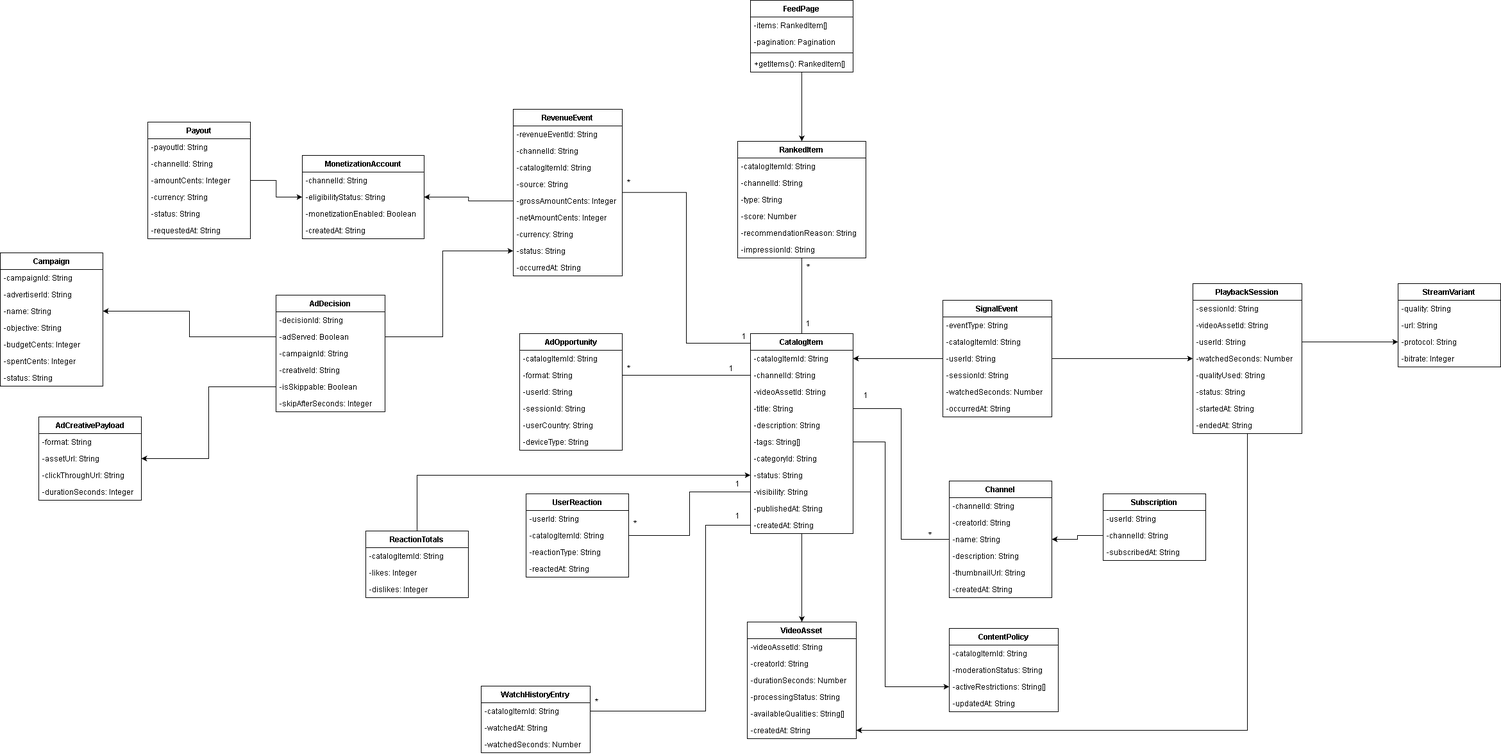
Before: diagramas/Diagrama clases proyecto youtube.drawio.png, a diagram exported from draw.io (LilianTR/OpenAPI-Youtube). Source tidied: cells renumbered, new cells last; positions are measured from the earlier drawing's top-left corner, leaving out a move shared by most shapes.
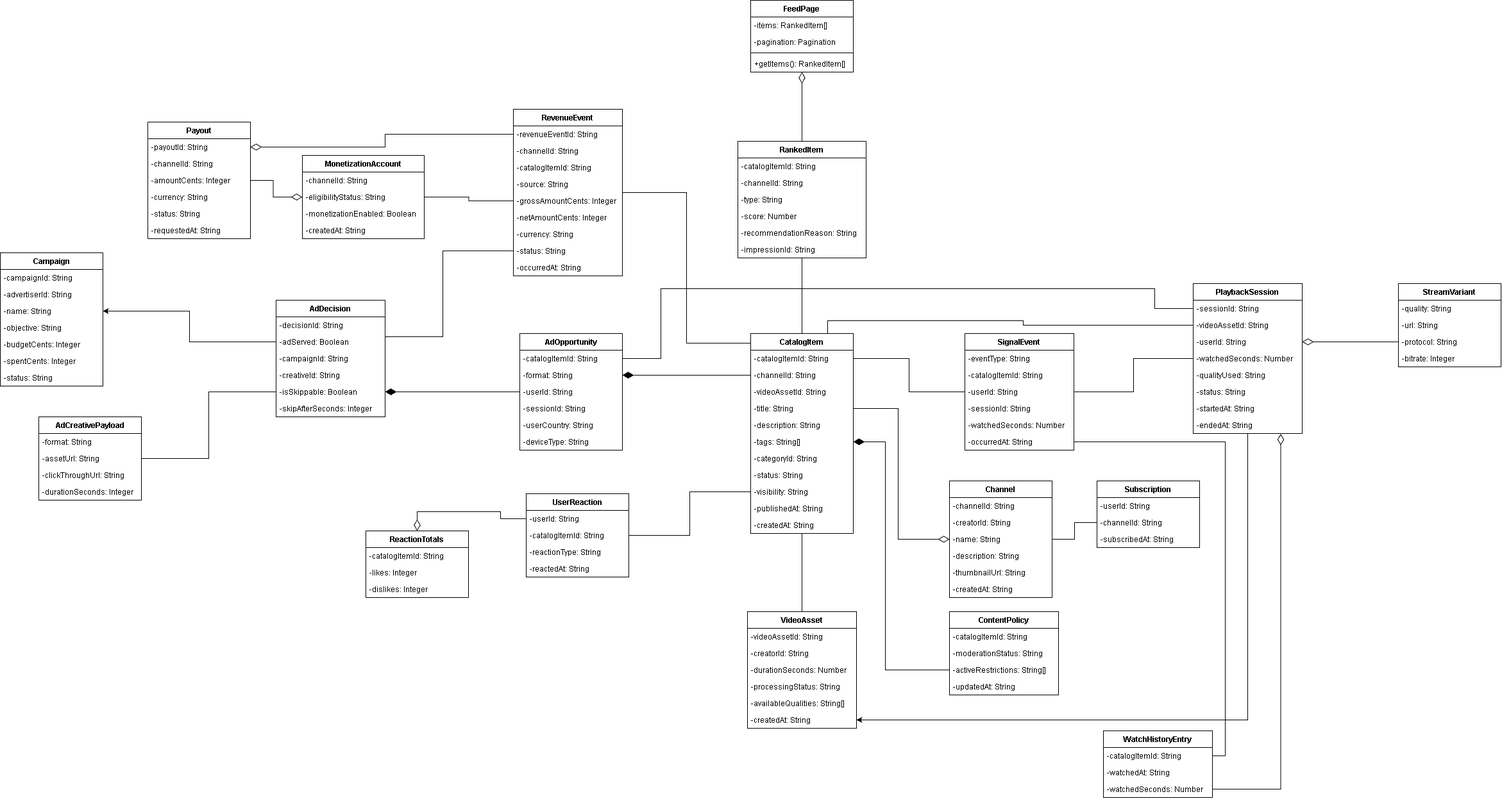
Above is the later version.

Commit message:
diagramas de clases actualizados

Diff of the diagram source:
```diff
@@ -2,7 +2,7 @@
   <root>
     <mxCell id="0" />
     <mxCell id="1" parent="0" />
-    <mxCell id="2" style="edgeStyle=orthogonalEdgeStyle;rounded=0;jettySize=auto;html=1;entryX=0.5;entryY=0;entryDx=0;entryDy=0;" parent="1" edge="1" source="3" target="9">
+    <mxCell id="2" style="edgeStyle=orthogonalEdgeStyle;rounded=0;jettySize=auto;html=1;entryX=0.5;entryY=0;entryDx=0;entryDy=0;startArrow=diamondThin;startFill=0;endArrow=none;endFill=0;startSize=15;" parent="1" edge="1" source="3" target="9">
       <mxGeometry relative="1" as="geometry" />
     </mxCell>
     <mxCell id="3" value="FeedPage" style="swimlane;fontStyle=1;horizontal=1;startSize=26;" parent="1" vertex="1">
@@ -44,14 +44,14 @@
     <mxCell id="15" value="-impressionId: String" style="text;strokeColor=none;fillColor=none;align=left;verticalAlign=top;spacingLeft=4;spacingRight=4;overflow=hidden;" parent="9" vertex="1">
       <mxGeometry y="156" width="200" height="26" as="geometry" />
     </mxCell>
-    <mxCell id="16" style="edgeStyle=orthogonalEdgeStyle;rounded=0;jettySize=auto;html=1;entryX=1;entryY=0.5;entryDx=0;entryDy=0;" parent="1" edge="1" source="18" target="27">
+    <mxCell id="16" style="edgeStyle=orthogonalEdgeStyle;rounded=0;jettySize=auto;html=1;entryX=1;entryY=0.5;entryDx=0;entryDy=0;endArrow=none;endFill=0;" parent="1" edge="1" source="18" target="27">
       <mxGeometry relative="1" as="geometry" />
     </mxCell>
-    <mxCell id="17" style="edgeStyle=orthogonalEdgeStyle;rounded=0;jettySize=auto;html=1;" parent="1" edge="1" source="18" target="82">
+    <mxCell id="17" style="edgeStyle=orthogonalEdgeStyle;rounded=0;jettySize=auto;html=1;endArrow=none;endFill=0;" parent="1" edge="1" source="18" target="82">
       <mxGeometry relative="1" as="geometry" />
     </mxCell>
     <mxCell id="18" value="SignalEvent" style="swimlane;fontStyle=1;horizontal=1;startSize=26;" parent="1" vertex="1">
-      <mxGeometry x="1470" y="468" width="170" height="182" as="geometry" />
+      <mxGeometry x="1504" y="520" width="170" height="182" as="geometry" />
     </mxCell>
     <mxCell id="19" value="-eventType: String" style="text;strokeColor=none;fillColor=none;align=left;verticalAlign=top;spacingLeft=4;spacingRight=4;overflow=hidden;" parent="18" vertex="1">
       <mxGeometry y="26" width="170" height="26" as="geometry" />
@@ -71,7 +71,7 @@
     <mxCell id="24" value="-occurredAt: String" style="text;strokeColor=none;fillColor=none;align=left;verticalAlign=top;spacingLeft=4;spacingRight=4;overflow=hidden;points=[[0,0.5],[1,0.5]];portConstraint=eastwest;" parent="18" vertex="1">
       <mxGeometry y="156" width="170" height="26" as="geometry" />
     </mxCell>
-    <mxCell id="25" style="edgeStyle=orthogonalEdgeStyle;rounded=0;jettySize=auto;html=1;entryX=0.5;entryY=0;entryDx=0;entryDy=0;" parent="1" edge="1" source="26" target="87">
+    <mxCell id="25" style="edgeStyle=orthogonalEdgeStyle;rounded=0;jettySize=auto;html=1;entryX=0.5;entryY=0;entryDx=0;entryDy=0;endArrow=none;endFill=0;" parent="1" edge="1" source="26" target="87">
       <mxGeometry relative="1" as="geometry" />
     </mxCell>
     <mxCell id="26" value="CatalogItem" style="swimlane;fontStyle=1;horizontal=1;startSize=26;" parent="1" vertex="1">
@@ -132,7 +132,7 @@
       <mxGeometry y="156" width="160" height="26" as="geometry" />
     </mxCell>
     <mxCell id="45" value="ContentPolicy" style="swimlane;fontStyle=1;horizontal=1;startSize=26;" parent="1" vertex="1">
-      <mxGeometry x="1480" y="980" width="170" height="130" as="geometry" />
+      <mxGeometry x="1480" y="954" width="170" height="130" as="geometry" />
     </mxCell>
     <mxCell id="46" value="-catalogItemId: String" style="text;strokeColor=none;fillColor=none;align=left;verticalAlign=top;spacingLeft=4;spacingRight=4;overflow=hidden;" parent="45" vertex="1">
       <mxGeometry y="26" width="170" height="26" as="geometry" />
@@ -147,7 +147,7 @@
       <mxGeometry y="104" width="170" height="26" as="geometry" />
     </mxCell>
     <mxCell id="50" value="AdDecision" style="swimlane;fontStyle=1;horizontal=1;startSize=26;" parent="1" vertex="1">
-      <mxGeometry x="430" y="460" width="170" height="182" as="geometry" />
+      <mxGeometry x="430" y="468" width="170" height="182" as="geometry" />
     </mxCell>
     <mxCell id="51" value="-decisionId: String" style="text;strokeColor=none;fillColor=none;align=left;verticalAlign=top;spacingLeft=4;spacingRight=4;overflow=hidden;" parent="50" vertex="1">
       <mxGeometry y="26" width="170" height="26" as="geometry" />
@@ -258,7 +258,7 @@
       <mxGeometry y="208" width="170" height="26" as="geometry" />
     </mxCell>
     <mxCell id="87" value="VideoAsset" style="swimlane;fontStyle=1;horizontal=1;startSize=26;" parent="1" vertex="1">
-      <mxGeometry x="1165" y="970" width="170" height="182" as="geometry" />
+      <mxGeometry x="1165" y="954" width="170" height="182" as="geometry" />
     </mxCell>
     <mxCell id="88" value="-videoAssetId: String" style="text;strokeColor=none;fillColor=none;align=left;verticalAlign=top;spacingLeft=4;spacingRight=4;overflow=hidden;" parent="87" vertex="1">
       <mxGeometry y="26" width="170" height="26" as="geometry" />
@@ -308,7 +308,7 @@
     <mxCell id="103" value="-reactedAt: String" style="text;strokeColor=none;fillColor=none;align=left;verticalAlign=top;spacingLeft=4;spacingRight=4;overflow=hidden;" parent="99" vertex="1">
       <mxGeometry y="104" width="160" height="26" as="geometry" />
     </mxCell>
-    <mxCell id="104" style="edgeStyle=orthogonalEdgeStyle;rounded=0;jettySize=auto;html=1;entryX=0;entryY=0.5;entryDx=0;entryDy=0;" parent="1" edge="1" source="105" target="34">
+    <mxCell id="104" style="edgeStyle=orthogonalEdgeStyle;rounded=0;jettySize=auto;html=1;entryX=0;entryY=0.5;entryDx=0;entryDy=0;endArrow=none;endFill=0;startArrow=diamondThin;startFill=0;startSize=15;" parent="1" edge="1" source="105" target="100">
       <mxGeometry relative="1" as="geometry" />
     </mxCell>
     <mxCell id="105" value="ReactionTotals" style="swimlane;fontStyle=1;horizontal=1;startSize=26;" parent="1" vertex="1">
@@ -324,7 +324,7 @@
       <mxGeometry y="78" width="160" height="26" as="geometry" />
     </mxCell>
     <mxCell id="109" value="Subscription" style="swimlane;fontStyle=1;horizontal=1;startSize=26;" parent="1" vertex="1">
-      <mxGeometry x="1720" y="770" width="160" height="104" as="geometry" />
+      <mxGeometry x="1710" y="750" width="160" height="104" as="geometry" />
     </mxCell>
     <mxCell id="110" value="-userId: String" style="text;strokeColor=none;fillColor=none;align=left;verticalAlign=top;spacingLeft=4;spacingRight=4;overflow=hidden;" parent="109" vertex="1">
       <mxGeometry y="26" width="160" height="26" as="geometry" />
@@ -336,7 +336,7 @@
       <mxGeometry y="78" width="160" height="26" as="geometry" />
     </mxCell>
     <mxCell id="113" value="WatchHistoryEntry" style="swimlane;fontStyle=1;horizontal=1;startSize=26;" parent="1" vertex="1">
-      <mxGeometry x="750" y="1070" width="170" height="104" as="geometry" />
+      <mxGeometry x="1720" y="1140" width="170" height="104" as="geometry" />
     </mxCell>
     <mxCell id="114" value="-catalogItemId: String" style="text;strokeColor=none;fillColor=none;align=left;verticalAlign=top;spacingLeft=4;spacingRight=4;overflow=hidden;points=[[0,0.5],[1,0.5]];portConstraint=eastwest;" parent="113" vertex="1">
       <mxGeometry y="26" width="170" height="26" as="geometry" />
@@ -413,47 +413,39 @@
     <mxCell id="138" value="-requestedAt: String" style="text;strokeColor=none;fillColor=none;align=left;verticalAlign=top;spacingLeft=4;spacingRight=4;overflow=hidden;" parent="132" vertex="1">
       <mxGeometry y="156" width="160" height="26" as="geometry" />
     </mxCell>
-    <mxCell id="139" style="edgeStyle=orthogonalEdgeStyle;rounded=0;jettySize=auto;html=1;entryX=0;entryY=0.5;entryDx=0;entryDy=0;endArrow=none;endFill=0;" parent="1" edge="1" source="30" target="38">
+    <mxCell id="139" style="edgeStyle=orthogonalEdgeStyle;rounded=0;jettySize=auto;html=1;entryX=0;entryY=0.5;entryDx=0;entryDy=0;endArrow=diamondThin;endFill=0;endSize=15;" parent="1" edge="1" source="30" target="38">
       <mxGeometry relative="1" as="geometry" />
     </mxCell>
-    <mxCell id="140" style="edgeStyle=orthogonalEdgeStyle;rounded=0;jettySize=auto;html=1;entryX=0;entryY=0.5;entryDx=0;entryDy=0;" parent="1" edge="1" source="32" target="48">
+    <mxCell id="140" style="edgeStyle=orthogonalEdgeStyle;rounded=0;jettySize=auto;html=1;entryX=0;entryY=0.5;entryDx=0;entryDy=0;endArrow=none;endFill=0;startArrow=diamondThin;startFill=1;startSize=15;" parent="1" edge="1" source="32" target="48">
       <mxGeometry relative="1" as="geometry">
         <Array as="points">
           <mxPoint x="1380" y="689" />
-          <mxPoint x="1380" y="1071" />
+          <mxPoint x="1380" y="1045" />
         </Array>
       </mxGeometry>
     </mxCell>
-    <mxCell id="141" style="edgeStyle=orthogonalEdgeStyle;rounded=0;jettySize=auto;html=1;entryX=0;entryY=0.5;entryDx=0;entryDy=0;endArrow=none;endFill=0;" parent="1" edge="1" source="59" target="28">
+    <mxCell id="141" style="edgeStyle=orthogonalEdgeStyle;rounded=0;jettySize=auto;html=1;entryX=0;entryY=0.5;entryDx=0;entryDy=0;endArrow=none;endFill=0;startArrow=diamondThin;startFill=1;startSize=15;" parent="1" edge="1" source="59" target="28">
       <mxGeometry relative="1" as="geometry" />
     </mxCell>
-    <mxCell id="142" style="edgeStyle=orthogonalEdgeStyle;rounded=0;jettySize=auto;html=1;" parent="1" edge="1" source="81" target="97">
+    <mxCell id="142" style="edgeStyle=orthogonalEdgeStyle;rounded=0;jettySize=auto;html=1;endArrow=none;endFill=0;startArrow=diamondThin;startFill=0;startSize=15;" parent="1" edge="1" source="81" target="97">
       <mxGeometry relative="1" as="geometry" />
     </mxCell>
     <mxCell id="143" style="edgeStyle=orthogonalEdgeStyle;rounded=0;jettySize=auto;html=1;entryX=0;entryY=0.5;entryDx=0;entryDy=0;endArrow=none;endFill=0;" parent="1" edge="1" source="101" target="35">
       <mxGeometry relative="1" as="geometry" />
     </mxCell>
-    <mxCell id="144" style="edgeStyle=orthogonalEdgeStyle;rounded=0;jettySize=auto;html=1;entryX=0;entryY=0.5;entryDx=0;entryDy=0;endArrow=none;endFill=0;" parent="1" edge="1" source="114" target="37">
-      <mxGeometry relative="1" as="geometry">
-        <Array as="points">
-          <mxPoint x="1100" y="1109" />
-          <mxPoint x="1100" y="819" />
-        </Array>
-      </mxGeometry>
-    </mxCell>
-    <mxCell id="145" style="edgeStyle=orthogonalEdgeStyle;rounded=0;jettySize=auto;html=1;entryX=1;entryY=0.5;entryDx=0;entryDy=0;" parent="1" edge="1" source="111" target="41">
+    <mxCell id="145" style="edgeStyle=orthogonalEdgeStyle;rounded=0;jettySize=auto;html=1;entryX=1;entryY=0.5;entryDx=0;entryDy=0;endArrow=none;endFill=0;" parent="1" edge="1" source="111" target="41">
       <mxGeometry relative="1" as="geometry" />
     </mxCell>
     <mxCell id="146" style="edgeStyle=orthogonalEdgeStyle;rounded=0;jettySize=auto;html=1;entryX=0.001;entryY=0.048;entryDx=0;entryDy=0;entryPerimeter=0;endArrow=none;endFill=0;" parent="1" edge="1" source="117" target="26">
       <mxGeometry relative="1" as="geometry" />
     </mxCell>
-    <mxCell id="147" style="edgeStyle=orthogonalEdgeStyle;rounded=0;jettySize=auto;html=1;entryX=1;entryY=0.5;entryDx=0;entryDy=0;" parent="1" edge="1" source="122" target="127">
+    <mxCell id="147" style="edgeStyle=orthogonalEdgeStyle;rounded=0;jettySize=auto;html=1;entryX=1;entryY=0.5;entryDx=0;entryDy=0;endArrow=none;endFill=0;" parent="1" edge="1" source="122" target="127">
       <mxGeometry relative="1" as="geometry" />
     </mxCell>
-    <mxCell id="148" style="edgeStyle=orthogonalEdgeStyle;rounded=0;jettySize=auto;html=1;" parent="1" edge="1" source="135" target="129">
+    <mxCell id="148" style="edgeStyle=orthogonalEdgeStyle;rounded=0;jettySize=auto;html=1;endArrow=diamondThin;endFill=0;endSize=15;" parent="1" edge="1" source="135" target="129">
       <mxGeometry relative="1" as="geometry" />
     </mxCell>
-    <mxCell id="149" style="edgeStyle=orthogonalEdgeStyle;rounded=0;jettySize=auto;html=1;entryX=0;entryY=0.5;entryDx=0;entryDy=0;" parent="1" edge="1" source="52" target="125">
+    <mxCell id="149" style="edgeStyle=orthogonalEdgeStyle;rounded=0;jettySize=auto;html=1;entryX=0;entryY=0.5;entryDx=0;entryDy=0;endArrow=none;endFill=0;" parent="1" edge="1" source="52" target="125">
       <mxGeometry relative="1" as="geometry">
         <Array as="points">
           <mxPoint x="690" y="525" />
@@ -464,44 +456,33 @@
     <mxCell id="150" style="edgeStyle=orthogonalEdgeStyle;rounded=0;jettySize=auto;html=1;entryX=1;entryY=0.5;entryDx=0;entryDy=0;" parent="1" edge="1" source="52" target="67">
       <mxGeometry relative="1" as="geometry" />
     </mxCell>
-    <mxCell id="151" style="edgeStyle=orthogonalEdgeStyle;rounded=0;jettySize=auto;html=1;entryX=1;entryY=0.5;entryDx=0;entryDy=0;" parent="1" edge="1" source="55" target="74">
+    <mxCell id="151" style="edgeStyle=orthogonalEdgeStyle;rounded=0;jettySize=auto;html=1;entryX=1;entryY=0.5;entryDx=0;entryDy=0;endArrow=none;endFill=0;" parent="1" edge="1" source="55" target="74">
       <mxGeometry relative="1" as="geometry" />
     </mxCell>
-    <mxCell id="152" value="1" style="text;html=1;whiteSpace=wrap;strokeColor=none;fillColor=none;align=center;verticalAlign=middle;rounded=0;" parent="1" vertex="1">
-      <mxGeometry x="1320" y="602" width="60" height="30" as="geometry" />
-    </mxCell>
-    <mxCell id="153" value="*" style="text;html=1;whiteSpace=wrap;strokeColor=none;fillColor=none;align=center;verticalAlign=middle;rounded=0;" parent="1" vertex="1">
-      <mxGeometry x="1420" y="820" width="60" height="30" as="geometry" />
-    </mxCell>
-    <mxCell id="154" value="1" style="text;html=1;whiteSpace=wrap;strokeColor=none;fillColor=none;align=center;verticalAlign=middle;rounded=0;" parent="1" vertex="1">
-      <mxGeometry x="1120" y="740" width="60" height="30" as="geometry" />
-    </mxCell>
-    <mxCell id="155" value="*" style="text;html=1;whiteSpace=wrap;strokeColor=none;fillColor=none;align=center;verticalAlign=middle;rounded=0;" parent="1" vertex="1">
-      <mxGeometry x="960" y="802" width="60" height="30" as="geometry" />
-    </mxCell>
-    <mxCell id="156" value="*" style="text;html=1;whiteSpace=wrap;strokeColor=none;fillColor=none;align=center;verticalAlign=middle;rounded=0;" parent="1" vertex="1">
-      <mxGeometry x="900" y="1080" width="60" height="30" as="geometry" />
-    </mxCell>
-    <mxCell id="157" value="1" style="text;html=1;whiteSpace=wrap;strokeColor=none;fillColor=none;align=center;verticalAlign=middle;rounded=0;" parent="1" vertex="1">
-      <mxGeometry x="1120" y="790" width="60" height="30" as="geometry" />
-    </mxCell>
-    <mxCell id="158" value="1" style="text;html=1;whiteSpace=wrap;strokeColor=none;fillColor=none;align=center;verticalAlign=middle;rounded=0;" parent="1" vertex="1">
-      <mxGeometry x="1130" y="510" width="60" height="30" as="geometry" />
-    </mxCell>
-    <mxCell id="159" value="*" style="text;html=1;whiteSpace=wrap;strokeColor=none;fillColor=none;align=center;verticalAlign=middle;rounded=0;" parent="1" vertex="1">
-      <mxGeometry x="950" y="270" width="60" height="30" as="geometry" />
-    </mxCell>
-    <mxCell id="160" value="1" style="text;html=1;whiteSpace=wrap;strokeColor=none;fillColor=none;align=center;verticalAlign=middle;rounded=0;" parent="1" vertex="1">
-      <mxGeometry x="1230" y="490" width="60" height="30" as="geometry" />
-    </mxCell>
-    <mxCell id="161" value="*" style="text;html=1;whiteSpace=wrap;strokeColor=none;fillColor=none;align=center;verticalAlign=middle;rounded=0;" parent="1" vertex="1">
-      <mxGeometry x="1230" y="402" width="60" height="30" as="geometry" />
-    </mxCell>
-    <mxCell id="162" value="1" style="text;html=1;whiteSpace=wrap;strokeColor=none;fillColor=none;align=center;verticalAlign=middle;rounded=0;" parent="1" vertex="1">
-      <mxGeometry x="1110" y="560" width="60" height="30" as="geometry" />
-    </mxCell>
-    <mxCell id="163" value="*" style="text;html=1;whiteSpace=wrap;strokeColor=none;fillColor=none;align=center;verticalAlign=middle;rounded=0;" parent="1" vertex="1">
-      <mxGeometry x="950" y="560" width="60" height="30" as="geometry" />
-    </mxCell>
+    <mxCell id="164" style="edgeStyle=orthogonalEdgeStyle;rounded=0;jettySize=auto;html=1;exitX=1;exitY=0.5;exitDx=0;exitDy=0;entryX=0;entryY=0.5;entryDx=0;entryDy=0;endArrow=none;endFill=0;startArrow=none;startFill=0;" parent="1" edge="1" source="58" target="79">
+      <mxGeometry relative="1" as="geometry">
+        <Array as="points">
+          <mxPoint x="1030" y="559" />
+          <mxPoint x="1030" y="450" />
+          <mxPoint x="1800" y="450" />
+          <mxPoint x="1800" y="481" />
+        </Array>
+      </mxGeometry>
+    </mxCell>
+    <mxCell id="165" style="edgeStyle=orthogonalEdgeStyle;rounded=0;jettySize=auto;html=1;exitX=0;exitY=0.5;exitDx=0;exitDy=0;entryX=1;entryY=0.5;entryDx=0;entryDy=0;endArrow=diamondThin;endFill=1;endSize=15;" parent="1" edge="1" source="60" target="55">
+      <mxGeometry relative="1" as="geometry" />
+    </mxCell>
+    <mxCell id="166" style="edgeStyle=orthogonalEdgeStyle;rounded=0;jettySize=auto;html=1;exitX=1;exitY=0.5;exitDx=0;exitDy=0;entryX=0.803;entryY=1.022;entryDx=0;entryDy=0;entryPerimeter=0;endArrow=diamondThin;endFill=0;endSize=15;" parent="1" edge="1" source="116" target="86">
+      <mxGeometry relative="1" as="geometry" />
+    </mxCell>
+    <mxCell id="167" style="edgeStyle=orthogonalEdgeStyle;rounded=0;jettySize=auto;html=1;exitX=0;exitY=0.5;exitDx=0;exitDy=0;entryX=0.75;entryY=0;entryDx=0;entryDy=0;endArrow=none;endFill=0;" parent="1" edge="1" source="80" target="26">
+      <mxGeometry relative="1" as="geometry" />
+    </mxCell>
+    <mxCell id="168" style="edgeStyle=orthogonalEdgeStyle;rounded=0;jettySize=auto;html=1;exitX=1;exitY=0.5;exitDx=0;exitDy=0;endArrow=none;endFill=0;" parent="1" edge="1" source="114" target="24">
+      <mxGeometry relative="1" as="geometry" />
+    </mxCell>
+    <mxCell id="169" style="edgeStyle=orthogonalEdgeStyle;rounded=0;jettySize=auto;html=1;exitX=1;exitY=0.5;exitDx=0;exitDy=0;entryX=0;entryY=0.5;entryDx=0;entryDy=0;endArrow=none;endFill=0;startArrow=diamondThin;startFill=0;startSize=15;" parent="1" edge="1" source="133" target="118">
+      <mxGeometry relative="1" as="geometry" />
+    </mxCell>
   </root>
 </mxGraphModel>
```
